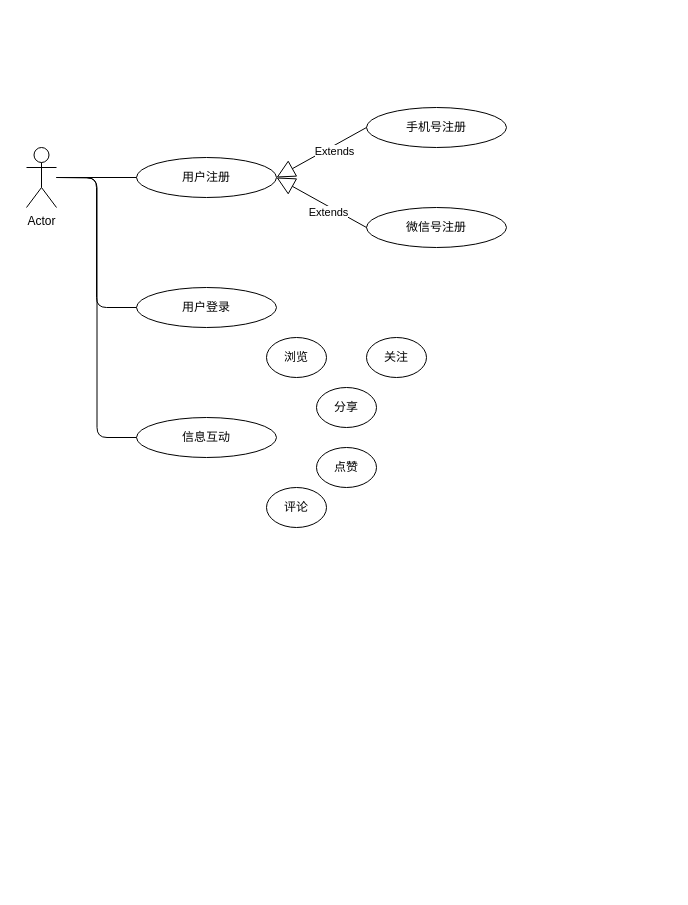
Before: 未命名绘图.drawio in trey03/draw, a draw.io diagram. Source tidied: cells renumbered, new cells numbered last; positions are measured from the earlier drawing's top-left corner, leaving out a move shared by most shapes. Both pictures are drawn from the tidied source at 100%, with x=0, y=0 at pixel (26, 107).
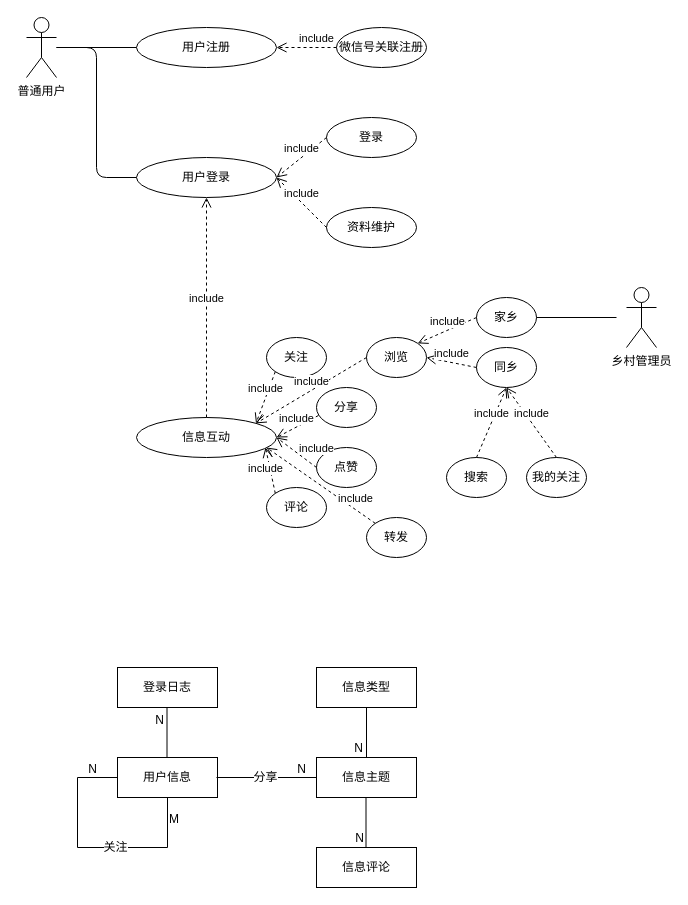
The same page after the edit.

Commit message:
更新未命名绘图.drawio

Unchanged cells that the change refers to:
```xml
<mxCell id="10" style="endArrow=none;html=1;edgeStyle=orthogonalEdgeStyle;entryX=0;entryY=0.5;entryDx=0;entryDy=0;" parent="1" edge="1" source="2" target="9">
  <mxGeometry relative="1" as="geometry" />
</mxCell>
<mxCell id="13" value="信息互动" style="ellipse;whiteSpace=wrap;html=1;" parent="1" vertex="1">
  <mxGeometry x="110" y="310" width="140" height="40" as="geometry" />
</mxCell>
<mxCell id="18" value="分享" style="ellipse;whiteSpace=wrap;html=1;" parent="1" vertex="1">
  <mxGeometry x="290" y="280" width="60" height="40" as="geometry" />
</mxCell>
<mxCell id="19" value="点赞" style="ellipse;whiteSpace=wrap;html=1;" parent="1" vertex="1">
  <mxGeometry x="290" y="340" width="60" height="40" as="geometry" />
</mxCell>
<mxCell id="20" value="评论" style="ellipse;whiteSpace=wrap;html=1;" parent="1" vertex="1">
  <mxGeometry x="240" y="380" width="60" height="40" as="geometry" />
</mxCell>
```

Change to the diagram source:
```diff
@@
-    <mxCell id="2" value="Actor" style="shape=umlActor;verticalLabelPosition=bottom;labelBackgroundColor=#ffffff;verticalAlign=top;html=1;" parent="1" vertex="1">
-      <mxGeometry y="40" width="30" height="60" as="geometry" />
+    <mxCell id="2" value="普通用户" style="shape=umlActor;verticalLabelPosition=bottom;labelBackgroundColor=#ffffff;verticalAlign=top;html=1;" parent="1" vertex="1">
+      <mxGeometry y="-90" width="30" height="60" as="geometry" />
     </mxCell>
     <mxCell id="3" value="用户注册" style="ellipse;whiteSpace=wrap;html=1;" parent="1" vertex="1">
-      <mxGeometry x="110" y="50" width="140" height="40" as="geometry" />
+      <mxGeometry x="110" y="-80" width="140" height="40" as="geometry" />
     </mxCell>
-    <mxCell id="4" value="手机号注册" style="ellipse;whiteSpace=wrap;html=1;" parent="1" vertex="1">
-      <mxGeometry x="340" width="140" height="40" as="geometry" />
-    </mxCell>
-    <mxCell id="5" value="微信号注册" style="ellipse;whiteSpace=wrap;html=1;" parent="1" vertex="1">
-      <mxGeometry x="340" y="100" width="140" height="40" as="geometry" />
+    <mxCell id="5" value="微信号关联注册" style="ellipse;whiteSpace=wrap;html=1;" parent="1" vertex="1">
+      <mxGeometry x="310" y="-80" width="90" height="40" as="geometry" />
     </mxCell>
-    <mxCell id="6" value="Extends" style="endArrow=block;endSize=16;endFill=0;html=1;entryX=1;entryY=0.5;entryDx=0;entryDy=0;exitX=0;exitY=0.5;exitDx=0;exitDy=0;" parent="1" edge="1" source="4" target="3">
-      <mxGeometry x="-0.23" y="6" relative="1" as="geometry">
-        <mxPoint y="-1" as="offset" />
-      </mxGeometry>
-    </mxCell>
-    <mxCell id="7" value="Extends" style="endArrow=block;endSize=16;endFill=0;html=1;exitX=0;exitY=0.5;exitDx=0;exitDy=0;" parent="1" edge="1" source="5">
-      <mxGeometry x="-0.23" y="6" relative="1" as="geometry">
-        <mxPoint x="250" y="70" as="targetPoint" />
-        <mxPoint y="-1" as="offset" />
-      </mxGeometry>
-    </mxCell>
     <mxCell id="8" style="line;strokeWidth=1;fillColor=none;align=left;verticalAlign=middle;spacingTop=-1;spacingLeft=3;spacingRight=3;labelPosition=right;" parent="1" vertex="1">
-      <mxGeometry x="30" y="66" width="80" height="8" as="geometry" />
+      <mxGeometry x="30" y="-64" width="80" height="8" as="geometry" />
     </mxCell>
     <mxCell id="9" value="用户登录" style="ellipse;whiteSpace=wrap;html=1;" parent="1" vertex="1">
-      <mxGeometry x="110" y="180" width="140" height="40" as="geometry" />
+      <mxGeometry x="110" y="50" width="140" height="40" as="geometry" />
     </mxCell>
@@
     <mxCell id="12" style="html=1;align=right;verticalAlign=bottom;labelBackgroundColor=#ffffff;fontSize=10;" parent="10" vertex="1">
-      <mxGeometry x="1" relative="1" as="geometry" />
+      <mxGeometry x="1" relative="1" as="geometry">
+        <mxPoint y="130" as="offset" />
+      </mxGeometry>
     </mxCell>
@@
-    <mxCell id="14" value="浏览" style="ellipse;whiteSpace=wrap;html=1;" parent="1" vertex="1">
+    <mxCell id="14" value="关注" style="ellipse;whiteSpace=wrap;html=1;" parent="1" vertex="1">
       <mxGeometry x="240" y="230" width="60" height="40" as="geometry" />
     </mxCell>
-    <mxCell id="15" style="endArrow=none;html=1;edgeStyle=orthogonalEdgeStyle;entryX=0;entryY=0.5;entryDx=0;entryDy=0;" parent="1" edge="1" target="13">
-      <mxGeometry relative="1" as="geometry">
-        <mxPoint x="30" y="70" as="sourcePoint" />
-      </mxGeometry>
-    </mxCell>
-    <mxCell id="16" style="html=1;align=left;verticalAlign=bottom;labelBackgroundColor=#ffffff;fontSize=10;" parent="15" vertex="1">
-      <mxGeometry x="-1" relative="1" as="geometry" />
-    </mxCell>
-    <mxCell id="17" style="html=1;align=right;verticalAlign=bottom;labelBackgroundColor=#ffffff;fontSize=10;" parent="15" vertex="1">
-      <mxGeometry x="1" relative="1" as="geometry" />
-    </mxCell>
@@
-    <mxCell id="21" value="关注" style="ellipse;whiteSpace=wrap;html=1;" parent="1" vertex="1">
+    <mxCell id="21" value="浏览" style="ellipse;whiteSpace=wrap;html=1;" parent="1" vertex="1">
       <mxGeometry x="340" y="230" width="60" height="40" as="geometry" />
     </mxCell>
+    <mxCell id="22" value="include" style="html=1;verticalAlign=bottom;endArrow=open;dashed=1;endSize=8;exitX=0;exitY=1;exitDx=0;exitDy=0;entryX=1;entryY=0;entryDx=0;entryDy=0;" parent="1" edge="1" source="14" target="13">
+      <mxGeometry relative="1" as="geometry" />
+    </mxCell>
+    <mxCell id="23" value="include" style="html=1;verticalAlign=bottom;endArrow=open;dashed=1;endSize=8;exitX=0;exitY=0.5;exitDx=0;exitDy=0;entryX=1;entryY=0;entryDx=0;entryDy=0;" parent="1" edge="1" source="21" target="13">
+      <mxGeometry relative="1" as="geometry" />
+    </mxCell>
+    <mxCell id="24" value="include" style="html=1;verticalAlign=bottom;endArrow=open;dashed=1;endSize=8;exitX=0.033;exitY=0.7;exitDx=0;exitDy=0;exitPerimeter=0;entryX=1;entryY=0.5;entryDx=0;entryDy=0;" parent="1" edge="1" source="18" target="13">
+      <mxGeometry x="0.06" relative="1" as="geometry" />
+    </mxCell>
+    <mxCell id="25" value="include" style="html=1;verticalAlign=bottom;endArrow=open;dashed=1;endSize=8;exitX=0;exitY=0.5;exitDx=0;exitDy=0;entryX=1;entryY=0.5;entryDx=0;entryDy=0;" parent="1" edge="1" source="19" target="13">
+      <mxGeometry x="-0.76" y="-8" relative="1" as="geometry" />
+    </mxCell>
+    <mxCell id="26" value="include" style="html=1;verticalAlign=bottom;endArrow=open;dashed=1;endSize=8;exitX=0;exitY=0;exitDx=0;exitDy=0;" parent="1" edge="1" source="20">
+      <mxGeometry x="-0.25" y="6" relative="1" as="geometry">
+        <mxPoint x="239" y="340" as="targetPoint" />
+      </mxGeometry>
+    </mxCell>
+    <mxCell id="27" value="家乡" style="ellipse;whiteSpace=wrap;html=1;" parent="1" vertex="1">
+      <mxGeometry x="450" y="190" width="60" height="40" as="geometry" />
+    </mxCell>
+    <mxCell id="28" value="同乡" style="ellipse;whiteSpace=wrap;html=1;" parent="1" vertex="1">
+      <mxGeometry x="450" y="240" width="60" height="40" as="geometry" />
+    </mxCell>
+    <mxCell id="29" value="include" style="html=1;verticalAlign=bottom;endArrow=open;dashed=1;endSize=8;exitX=0;exitY=0.5;exitDx=0;exitDy=0;entryX=1;entryY=0;entryDx=0;entryDy=0;" parent="1" edge="1" source="27" target="21">
+      <mxGeometry relative="1" as="geometry" />
+    </mxCell>
+    <mxCell id="30" value="include" style="html=1;verticalAlign=bottom;endArrow=open;dashed=1;endSize=8;exitX=0;exitY=0.5;exitDx=0;exitDy=0;entryX=1;entryY=0.5;entryDx=0;entryDy=0;" parent="1" edge="1" source="28" target="21">
+      <mxGeometry relative="1" as="geometry" />
+    </mxCell>
+    <mxCell id="31" value="include" style="html=1;verticalAlign=bottom;endArrow=open;dashed=1;endSize=8;exitX=0;exitY=0.5;exitDx=0;exitDy=0;" parent="1" edge="1" source="5">
+      <mxGeometry x="-0.33" relative="1" as="geometry">
+        <mxPoint x="250" y="-60" as="targetPoint" />
+      </mxGeometry>
+    </mxCell>
+    <mxCell id="32" value="乡村管理员" style="shape=umlActor;verticalLabelPosition=bottom;labelBackgroundColor=#ffffff;verticalAlign=top;html=1;" parent="1" vertex="1">
+      <mxGeometry x="600" y="180" width="30" height="60" as="geometry" />
+    </mxCell>
+    <mxCell id="33" style="line;strokeWidth=1;fillColor=none;align=left;verticalAlign=middle;spacingTop=-1;spacingLeft=3;spacingRight=3;labelPosition=right;" parent="1" vertex="1">
+      <mxGeometry x="510" y="206" width="80" height="8" as="geometry" />
+    </mxCell>
+    <mxCell id="34" value="include" style="html=1;verticalAlign=bottom;endArrow=open;dashed=1;endSize=8;entryX=0.5;entryY=1;entryDx=0;entryDy=0;exitX=0.5;exitY=0;exitDx=0;exitDy=0;" parent="1" edge="1" source="13" target="9">
+      <mxGeometry relative="1" as="geometry" />
+    </mxCell>
+    <mxCell id="35" value="资料维护" style="ellipse;whiteSpace=wrap;html=1;" parent="1" vertex="1">
+      <mxGeometry x="300" y="100" width="90" height="40" as="geometry" />
+    </mxCell>
+    <mxCell id="36" value="include" style="html=1;verticalAlign=bottom;endArrow=open;dashed=1;endSize=8;entryX=1;entryY=0.5;entryDx=0;entryDy=0;exitX=0;exitY=0.5;exitDx=0;exitDy=0;" parent="1" edge="1" source="35" target="9">
+      <mxGeometry relative="1" as="geometry" />
+    </mxCell>
+    <mxCell id="37" value="登录" style="ellipse;whiteSpace=wrap;html=1;" parent="1" vertex="1">
+      <mxGeometry x="300" y="10" width="90" height="40" as="geometry" />
+    </mxCell>
+    <mxCell id="38" value="include" style="html=1;verticalAlign=bottom;endArrow=open;dashed=1;endSize=8;exitX=0;exitY=0.5;exitDx=0;exitDy=0;" parent="1" edge="1" source="37">
+      <mxGeometry relative="1" as="geometry">
+        <mxPoint x="250" y="70" as="targetPoint" />
+      </mxGeometry>
+    </mxCell>
+    <mxCell id="39" value="搜索" style="ellipse;whiteSpace=wrap;html=1;" parent="1" vertex="1">
+      <mxGeometry x="420" y="350" width="60" height="40" as="geometry" />
+    </mxCell>
+    <mxCell id="40" value="我的关注" style="ellipse;whiteSpace=wrap;html=1;" parent="1" vertex="1">
+      <mxGeometry x="500" y="350" width="60" height="40" as="geometry" />
+    </mxCell>
+    <mxCell id="41" value="include" style="html=1;verticalAlign=bottom;endArrow=open;dashed=1;endSize=8;exitX=0.5;exitY=0;exitDx=0;exitDy=0;entryX=0.5;entryY=1;entryDx=0;entryDy=0;" parent="1" edge="1" source="39" target="28">
+      <mxGeometry relative="1" as="geometry" />
+    </mxCell>
+    <mxCell id="42" value="include" style="html=1;verticalAlign=bottom;endArrow=open;dashed=1;endSize=8;exitX=0.5;exitY=0;exitDx=0;exitDy=0;entryX=0.5;entryY=1;entryDx=0;entryDy=0;" parent="1" edge="1" source="40" target="28">
+      <mxGeometry relative="1" as="geometry" />
+    </mxCell>
+    <mxCell id="43" value="转发" style="ellipse;whiteSpace=wrap;html=1;" parent="1" vertex="1">
+      <mxGeometry x="340" y="410" width="60" height="40" as="geometry" />
+    </mxCell>
+    <mxCell id="44" value="include" style="html=1;verticalAlign=bottom;endArrow=open;dashed=1;endSize=8;exitX=0;exitY=0;exitDx=0;exitDy=0;" parent="1" edge="1" source="43">
+      <mxGeometry x="-0.63" y="-2" relative="1" as="geometry">
+        <mxPoint x="240" y="340" as="targetPoint" />
+      </mxGeometry>
+    </mxCell>
+    <mxCell id="45" value="用户信息" style="whiteSpace=wrap;html=1;align=center;" parent="1" vertex="1">
+      <mxGeometry x="91" y="650" width="100" height="40" as="geometry" />
+    </mxCell>
+    <mxCell id="46" value="信息主题" style="whiteSpace=wrap;html=1;align=center;" parent="1" vertex="1">
+      <mxGeometry x="290" y="650" width="100" height="40" as="geometry" />
+    </mxCell>
+    <mxCell id="47" style="endArrow=none;html=1;rounded=0;exitX=0.5;exitY=1;exitDx=0;exitDy=0;entryX=0;entryY=0.5;entryDx=0;entryDy=0;" parent="1" edge="1" source="45" target="45">
+      <mxGeometry relative="1" as="geometry">
+        <Array as="points">
+          <mxPoint x="141" y="740" />
+          <mxPoint x="51" y="740" />
+          <mxPoint x="51" y="670" />
+        </Array>
+      </mxGeometry>
+    </mxCell>
+    <mxCell id="48" value="M" style="html=1;align=left;verticalAlign=bottom;" parent="47" vertex="1">
+      <mxGeometry x="-1" relative="1" as="geometry">
+        <mxPoint y="30" as="offset" />
+      </mxGeometry>
+    </mxCell>
+    <mxCell id="49" value="N" style="html=1;align=right;verticalAlign=bottom;" parent="47" vertex="1">
+      <mxGeometry x="1" relative="1" as="geometry">
+        <mxPoint x="-20" as="offset" />
+      </mxGeometry>
+    </mxCell>
+    <mxCell id="50" value="关注" style="text;html=1;align=center;verticalAlign=middle;labelBackgroundColor=#ffffff;" parent="47" vertex="1">
+      <mxGeometry x="-0.18" y="-1" relative="1" as="geometry" />
+    </mxCell>
+    <mxCell id="51" style="endArrow=none;html=1;rounded=0;" parent="1" edge="1">
+      <mxGeometry relative="1" as="geometry">
+        <mxPoint x="190" y="670" as="sourcePoint" />
+        <mxPoint x="290" y="670" as="targetPoint" />
+      </mxGeometry>
+    </mxCell>
+    <mxCell id="52" value="N" style="html=1;align=right;verticalAlign=bottom;" parent="51" vertex="1">
+      <mxGeometry x="1" relative="1" as="geometry">
+        <mxPoint x="-10" as="offset" />
+      </mxGeometry>
+    </mxCell>
+    <mxCell id="53" value="分享" style="text;html=1;align=center;verticalAlign=middle;labelBackgroundColor=#ffffff;" parent="51" vertex="1">
+      <mxGeometry x="-0.04" y="1" relative="1" as="geometry" />
+    </mxCell>
+    <mxCell id="54" value="信息类型" style="whiteSpace=wrap;html=1;align=center;" parent="1" vertex="1">
+      <mxGeometry x="290" y="560" width="100" height="40" as="geometry" />
+    </mxCell>
+    <mxCell id="55" style="endArrow=none;html=1;rounded=0;exitX=0.5;exitY=1;exitDx=0;exitDy=0;" parent="1" edge="1" source="54" target="46">
+      <mxGeometry relative="1" as="geometry" />
+    </mxCell>
+    <mxCell id="56" value="N" style="html=1;align=right;verticalAlign=bottom;" parent="55" vertex="1">
+      <mxGeometry x="1" relative="1" as="geometry">
+        <mxPoint x="-3" y="-1" as="offset" />
+      </mxGeometry>
+    </mxCell>
+    <mxCell id="57" value="信息评论" style="whiteSpace=wrap;html=1;align=center;" parent="1" vertex="1">
+      <mxGeometry x="290" y="740" width="100" height="40" as="geometry" />
+    </mxCell>
+    <mxCell id="58" style="endArrow=none;html=1;rounded=0;exitX=0.5;exitY=1;exitDx=0;exitDy=0;" parent="1" edge="1">
+      <mxGeometry relative="1" as="geometry">
+        <mxPoint x="339.5" y="690" as="sourcePoint" />
+        <mxPoint x="339.5" y="740" as="targetPoint" />
+      </mxGeometry>
+    </mxCell>
+    <mxCell id="59" value="N" style="html=1;align=right;verticalAlign=bottom;" parent="58" vertex="1">
+      <mxGeometry x="1" relative="1" as="geometry">
+        <mxPoint x="-2" y="-1" as="offset" />
+      </mxGeometry>
+    </mxCell>
+    <mxCell id="60" value="登录日志" style="whiteSpace=wrap;html=1;align=center;" parent="1" vertex="1">
+      <mxGeometry x="91" y="560" width="100" height="40" as="geometry" />
+    </mxCell>
+    <mxCell id="61" style="endArrow=none;html=1;rounded=0;exitX=0.5;exitY=1;exitDx=0;exitDy=0;" parent="1" edge="1">
+      <mxGeometry relative="1" as="geometry">
+        <mxPoint x="140.5" y="600" as="sourcePoint" />
+        <mxPoint x="140.5" y="650" as="targetPoint" />
+      </mxGeometry>
+    </mxCell>
+    <mxCell id="62" value="N" style="html=1;align=right;verticalAlign=bottom;" parent="61" vertex="1">
+      <mxGeometry x="1" relative="1" as="geometry">
+        <mxPoint x="-3" y="-29" as="offset" />
+      </mxGeometry>
+    </mxCell>
```
